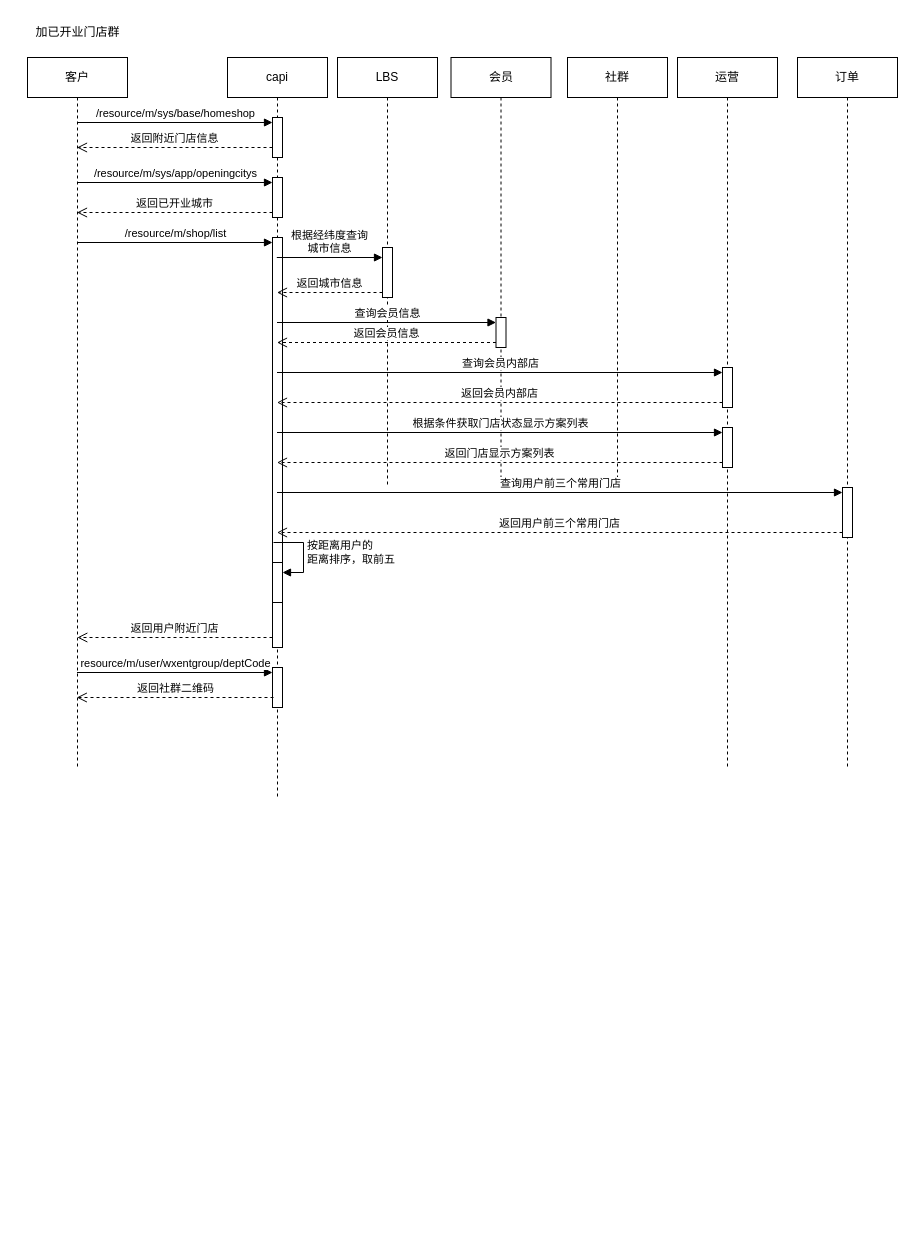
y13513867074/draw keeps this draw.io diagram as page "社群门店加群" (2 of 2) of src/draw/社群.drawio. Above is the earlier version. Source tidied: cells renumbered, new cells numbered last; positions are measured from the earlier drawing's top-left corner, leaving out a move shared by most shapes. Both pictures are drawn from the tidied source at 100%, with x=0, y=0 at pixel (22, 17).
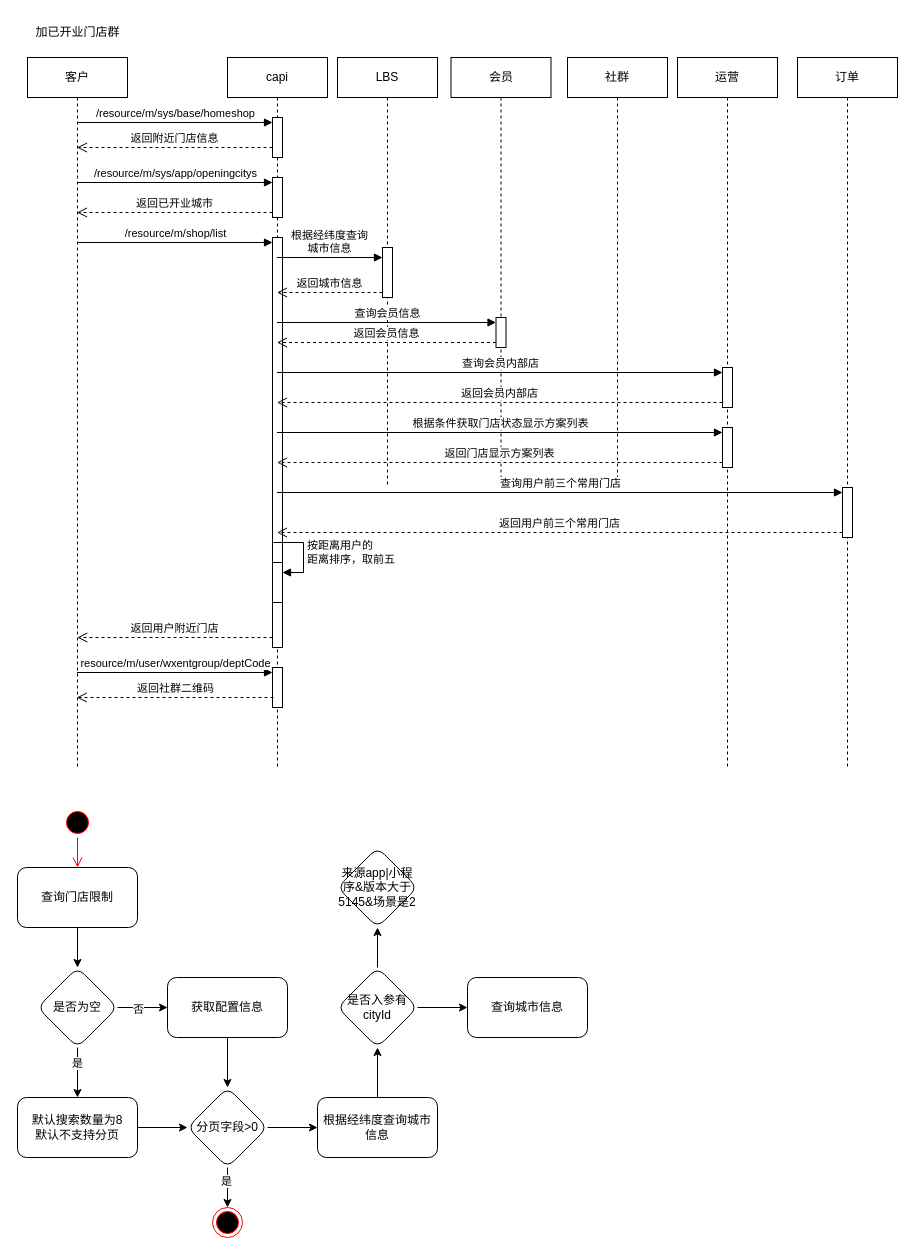
The same diagram, later.

Diff of the diagram source:
```diff
@@
     <mxCell id="3" value="capi" style="shape=umlLifeline;perimeter=lifelinePerimeter;whiteSpace=wrap;html=1;outlineConnect=0;portConstraint=eastwest;newEdgeStyle={&quot;curved&quot;:0,&quot;rounded&quot;:0};" parent="1" vertex="1">
-      <mxGeometry x="205" y="40" width="100" height="740" as="geometry" />
+      <mxGeometry x="205" y="40" width="100" height="710" as="geometry" />
     </mxCell>
@@
+    <mxCell id="39" style="ellipse;html=1;shape=startState;fillColor=#000000;strokeColor=#ff0000;" parent="1" vertex="1">
+      <mxGeometry x="40" y="790" width="30" height="30" as="geometry" />
+    </mxCell>
+    <mxCell id="40" style="edgeStyle=orthogonalEdgeStyle;html=1;verticalAlign=bottom;endArrow=open;endSize=8;strokeColor=#ff0000;rounded=0;" parent="1" edge="1" source="39">
+      <mxGeometry relative="1" as="geometry">
+        <mxPoint x="55" y="850" as="targetPoint" />
+      </mxGeometry>
+    </mxCell>
+    <mxCell id="41" style="ellipse;html=1;shape=endState;fillColor=#000000;strokeColor=#ff0000;" parent="1" vertex="1">
+      <mxGeometry x="190" y="1190" width="30" height="30" as="geometry" />
+    </mxCell>
+    <mxCell id="42" style="edgeStyle=orthogonalEdgeStyle;rounded=0;jettySize=auto;html=1;" parent="1" edge="1" source="43" target="48">
+      <mxGeometry relative="1" as="geometry" />
+    </mxCell>
+    <mxCell id="43" value="查询门店限制" style="rounded=1;whiteSpace=wrap;html=1;" parent="1" vertex="1">
+      <mxGeometry x="-5" y="850" width="120" height="60" as="geometry" />
+    </mxCell>
+    <mxCell id="44" style="edgeStyle=orthogonalEdgeStyle;rounded=0;jettySize=auto;html=1;" parent="1" edge="1" source="48" target="50">
+      <mxGeometry relative="1" as="geometry" />
+    </mxCell>
+    <mxCell id="45" value="否" style="edgeLabel;html=1;align=center;verticalAlign=middle;" parent="44" vertex="1">
+      <mxGeometry x="-0.19" y="-1" relative="1" as="geometry" />
+    </mxCell>
+    <mxCell id="46" style="edgeStyle=orthogonalEdgeStyle;rounded=0;jettySize=auto;html=1;" parent="1" edge="1" source="48" target="51">
+      <mxGeometry relative="1" as="geometry" />
+    </mxCell>
+    <mxCell id="47" value="是" style="edgeLabel;html=1;align=center;verticalAlign=middle;" parent="46" vertex="1">
+      <mxGeometry x="-0.39" y="-1" relative="1" as="geometry" />
+    </mxCell>
+    <mxCell id="48" value="是否为空" style="rhombus;whiteSpace=wrap;html=1;rounded=1;" parent="1" vertex="1">
+      <mxGeometry x="15" y="950" width="80" height="80" as="geometry" />
+    </mxCell>
+    <mxCell id="49" style="edgeStyle=orthogonalEdgeStyle;rounded=0;jettySize=auto;html=1;" parent="1" edge="1" source="50" target="55">
+      <mxGeometry relative="1" as="geometry" />
+    </mxCell>
+    <mxCell id="50" value="获取配置信息" style="whiteSpace=wrap;html=1;rounded=1;" parent="1" vertex="1">
+      <mxGeometry x="145" y="960" width="120" height="60" as="geometry" />
+    </mxCell>
+    <mxCell id="51" value="默认搜索数量为8&lt;div&gt;默认不支持分页&lt;/div&gt;" style="whiteSpace=wrap;html=1;rounded=1;" parent="1" vertex="1">
+      <mxGeometry x="-5" y="1080" width="120" height="60" as="geometry" />
+    </mxCell>
+    <mxCell id="52" style="edgeStyle=orthogonalEdgeStyle;rounded=0;jettySize=auto;html=1;exitX=0.5;exitY=1;exitDx=0;exitDy=0;entryX=0.5;entryY=0;entryDx=0;entryDy=0;" parent="1" edge="1" source="55" target="41">
+      <mxGeometry relative="1" as="geometry" />
+    </mxCell>
+    <mxCell id="53" value="是" style="edgeLabel;html=1;align=center;verticalAlign=middle;" parent="52" vertex="1">
+      <mxGeometry x="-0.34" y="-2" relative="1" as="geometry" />
+    </mxCell>
+    <mxCell id="54" style="edgeStyle=orthogonalEdgeStyle;rounded=0;jettySize=auto;html=1;" parent="1" edge="1" source="55" target="58">
+      <mxGeometry relative="1" as="geometry" />
+    </mxCell>
+    <mxCell id="55" value="分页字段&amp;gt;0" style="rhombus;whiteSpace=wrap;html=1;rounded=1;" parent="1" vertex="1">
+      <mxGeometry x="165" y="1070" width="80" height="80" as="geometry" />
+    </mxCell>
+    <mxCell id="56" style="edgeStyle=orthogonalEdgeStyle;rounded=0;jettySize=auto;html=1;exitX=1;exitY=0.5;exitDx=0;exitDy=0;entryX=0;entryY=0.5;entryDx=0;entryDy=0;" parent="1" edge="1" source="51" target="55">
+      <mxGeometry relative="1" as="geometry" />
+    </mxCell>
+    <mxCell id="57" style="edgeStyle=orthogonalEdgeStyle;rounded=0;jettySize=auto;html=1;" parent="1" edge="1" source="58" target="61">
+      <mxGeometry relative="1" as="geometry" />
+    </mxCell>
+    <mxCell id="58" value="根据经纬度查询城市信息" style="whiteSpace=wrap;html=1;rounded=1;" parent="1" vertex="1">
+      <mxGeometry x="295" y="1080" width="120" height="60" as="geometry" />
+    </mxCell>
+    <mxCell id="59" style="edgeStyle=orthogonalEdgeStyle;rounded=0;jettySize=auto;html=1;" parent="1" edge="1" source="61" target="62">
+      <mxGeometry relative="1" as="geometry" />
+    </mxCell>
+    <mxCell id="60" style="edgeStyle=orthogonalEdgeStyle;rounded=0;jettySize=auto;html=1;" parent="1" edge="1" source="61" target="63">
+      <mxGeometry relative="1" as="geometry" />
+    </mxCell>
+    <mxCell id="61" value="是否入参有cityId" style="rhombus;whiteSpace=wrap;html=1;rounded=1;" parent="1" vertex="1">
+      <mxGeometry x="315" y="950" width="80" height="80" as="geometry" />
+    </mxCell>
+    <mxCell id="62" value="来源app|小程序&amp;amp;版本大于5145&amp;amp;场景是2" style="rhombus;whiteSpace=wrap;html=1;rounded=1;" parent="1" vertex="1">
+      <mxGeometry x="315" y="830" width="80" height="80" as="geometry" />
+    </mxCell>
+    <mxCell id="63" value="查询城市信息" style="whiteSpace=wrap;html=1;rounded=1;" parent="1" vertex="1">
+      <mxGeometry x="445" y="960" width="120" height="60" as="geometry" />
+    </mxCell>
```
